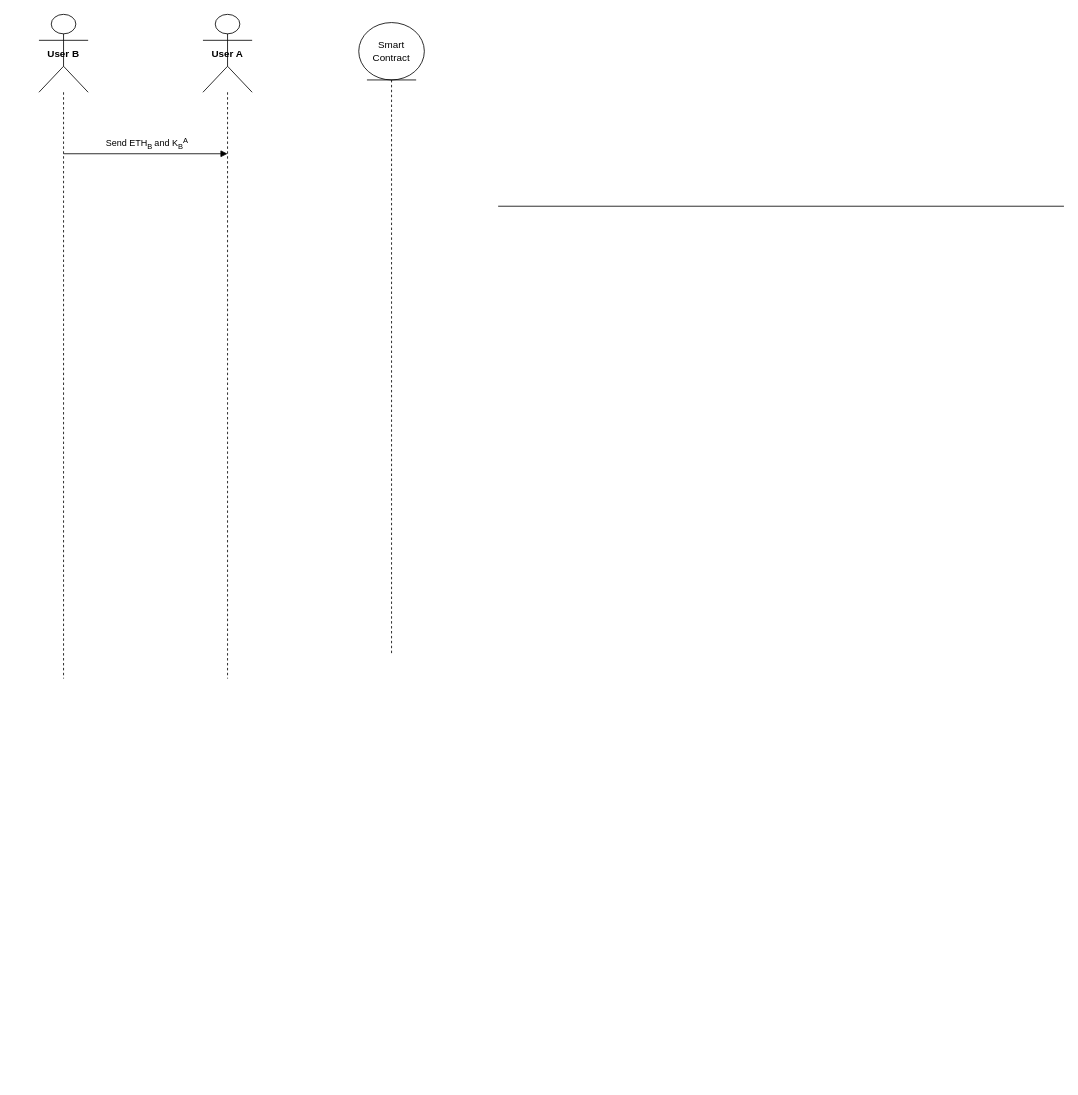
Before: SequenceDiagram/Diagramma senza titolo.drawio in savernike/DiagramsSet, a draw.io diagram. Source tidied: cells renumbered, new cells numbered last; positions are measured from the earlier drawing's top-left corner, leaving out a move shared by most shapes. Both pictures are drawn from the tidied source at 82%, with x=0, y=0 at pixel (39, 14).
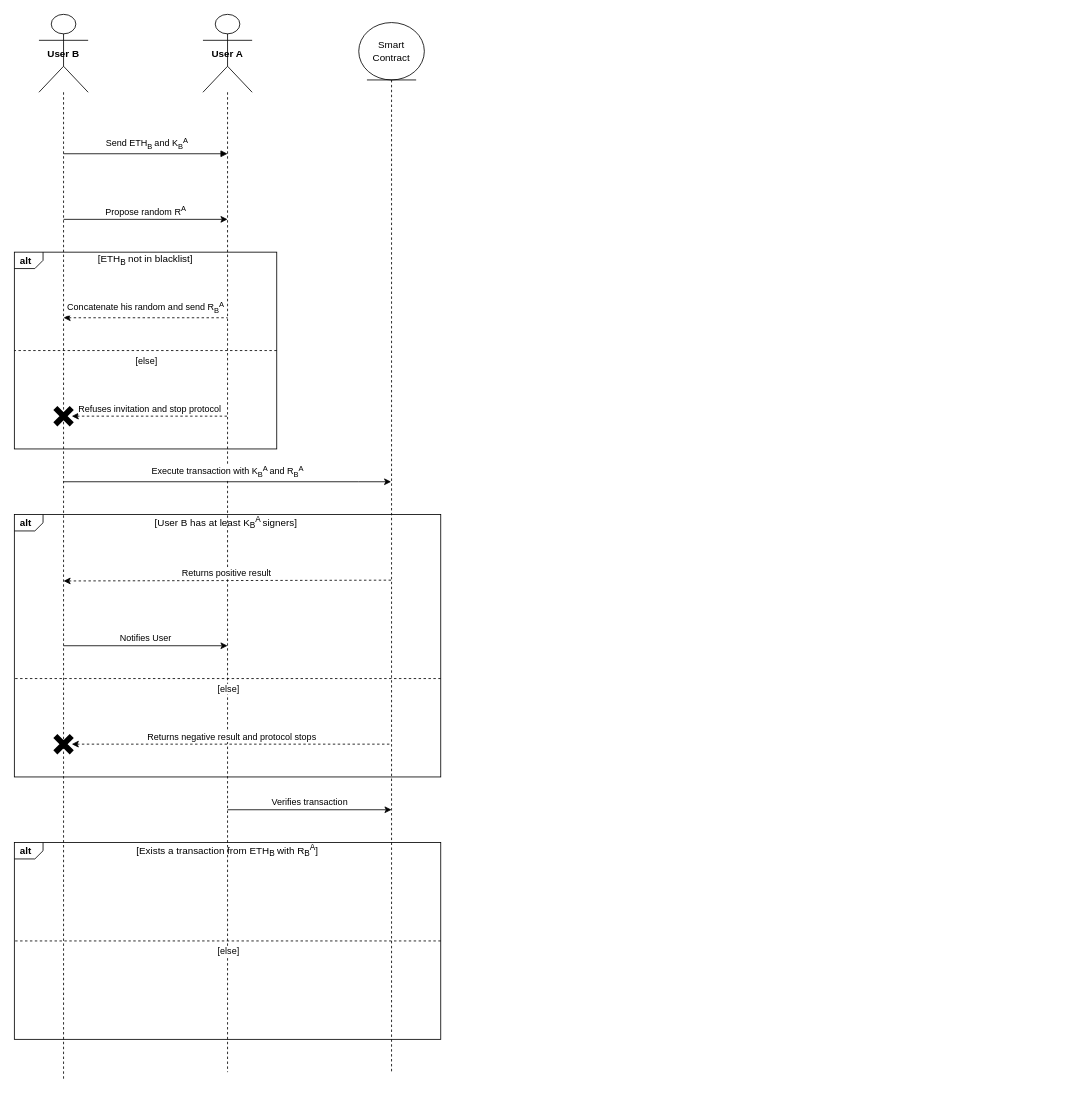
Above is the later version.

Commit message:
Aggiunta fase iniziale check trust

What changed in the source:
```diff
@@
     <mxCell id="2" value="&lt;b&gt;User B&lt;/b&gt;" style="shape=umlLifeline;perimeter=lifelinePerimeter;whiteSpace=wrap;html=1;newEdgeStyle={&quot;curved&quot;:0,&quot;rounded&quot;:0};participant=umlActor;size=95;" parent="1" vertex="1">
-      <mxGeometry width="60" height="810" as="geometry" />
+      <mxGeometry width="60" height="1300" as="geometry" />
     </mxCell>
     <mxCell id="3" value="&lt;b&gt;User A&lt;/b&gt;" style="shape=umlLifeline;perimeter=lifelinePerimeter;whiteSpace=wrap;html=1;newEdgeStyle={&quot;curved&quot;:0,&quot;rounded&quot;:0};participant=umlActor;size=95;" parent="1" vertex="1">
-      <mxGeometry x="200" width="60" height="810" as="geometry" />
+      <mxGeometry x="200" width="60" height="1290" as="geometry" />
     </mxCell>
     <mxCell id="4" value="Smart Contract" style="shape=umlLifeline;perimeter=lifelinePerimeter;whiteSpace=wrap;html=1;outlineConnect=0;portConstraint=eastwest;newEdgeStyle={&quot;curved&quot;:0,&quot;rounded&quot;:0};participant=umlEntity;size=70;" parent="1" vertex="1">
-      <mxGeometry x="390" y="10" width="80" height="770" as="geometry" />
+      <mxGeometry x="390" y="10" width="80" height="1280" as="geometry" />
     </mxCell>
+    <mxCell id="7" value="alt" style="html=1;shape=mxgraph.sysml.package;labelX=35;fontStyle=1;align=left;verticalAlign=top;spacingLeft=5;spacingTop=-3;fillColor=none;" parent="1" vertex="1">
+      <mxGeometry x="-30" y="290" width="320" height="240" as="geometry" />
+    </mxCell>
@@
-    <mxCell id="6" style="line;strokeWidth=1;fillColor=none;align=left;verticalAlign=middle;spacingTop=-1;spacingLeft=3;spacingRight=3;labelPosition=right;strokeColor=inherit;" parent="1" vertex="1">
-      <mxGeometry x="560" y="230" width="690" height="8" as="geometry" />
-    </mxCell>
+    <mxCell id="8" value="Propose random R&lt;sup&gt;A&lt;/sup&gt;" style="html=1;verticalAlign=bottom;endArrow=classic;curved=0;rounded=0;startArrow=none;startFill=0;endFill=1;" parent="1" edge="1">
+      <mxGeometry relative="1" as="geometry">
+        <mxPoint x="30" y="250" as="sourcePoint" />
+        <mxPoint x="230" y="250" as="targetPoint" />
+      </mxGeometry>
+    </mxCell>
+    <mxCell id="9" style="strokeColor=inherit;fillColor=inherit;gradientColor=inherit;endArrow=none;html=1;edgeStyle=none;dashed=1;rounded=0;entryX=0;entryY=0.5;entryDx=0;entryDy=0;entryPerimeter=0;exitX=1;exitY=0.5;exitDx=0;exitDy=0;exitPerimeter=0;" parent="1" edge="1" source="7" target="7">
+      <mxGeometry relative="1" as="geometry" />
+    </mxCell>
+    <mxCell id="10" value="[else]" style="edgeLabel;html=1;align=center;verticalAlign=top;" parent="9" vertex="1">
+      <mxGeometry relative="1" as="geometry" />
+    </mxCell>
+    <mxCell id="11" value="[ETH&lt;sub&gt;B &lt;/sub&gt;not in blacklist]" style="text;html=1;strokeColor=none;fillColor=none;align=center;verticalAlign=middle;whiteSpace=wrap;rounded=0;" parent="1" vertex="1">
+      <mxGeometry x="10" y="290" width="240" height="20" as="geometry" />
+    </mxCell>
+    <mxCell id="12" value="Refuses invitation and stop protocol" style="html=1;verticalAlign=bottom;endArrow=none;curved=0;rounded=0;startArrow=classic;startFill=1;endFill=0;dashed=1;" parent="1" edge="1">
+      <mxGeometry relative="1" as="geometry">
+        <mxPoint x="40" y="490" as="sourcePoint" />
+        <mxPoint x="230" y="490" as="targetPoint" />
+      </mxGeometry>
+    </mxCell>
+    <mxCell id="13" value="Concatenate his random and send R&lt;sub&gt;B&lt;/sub&gt;&lt;sup&gt;A&lt;/sup&gt;" style="html=1;verticalAlign=bottom;endArrow=none;curved=0;rounded=0;startArrow=classic;startFill=1;endFill=0;dashed=1;" parent="1" edge="1">
+      <mxGeometry relative="1" as="geometry">
+        <mxPoint x="30" y="370" as="sourcePoint" />
+        <mxPoint x="230" y="370" as="targetPoint" />
+      </mxGeometry>
+    </mxCell>
+    <mxCell id="14" value="alt" style="html=1;shape=mxgraph.sysml.package;labelX=35;fontStyle=1;align=left;verticalAlign=top;spacingLeft=5;spacingTop=-3;fillColor=none;" parent="1" vertex="1">
+      <mxGeometry x="-30" y="610" width="520" height="320" as="geometry" />
+    </mxCell>
+    <mxCell id="15" value="Execute transaction with K&lt;sub style=&quot;border-color: var(--border-color);&quot;&gt;B&lt;/sub&gt;&lt;sup style=&quot;border-color: var(--border-color);&quot;&gt;A &lt;/sup&gt;&lt;span style=&quot;border-color: var(--border-color);&quot;&gt;and&amp;nbsp;&lt;/span&gt;R&lt;sub style=&quot;border-color: var(--border-color);&quot;&gt;B&lt;/sub&gt;&lt;sup style=&quot;border-color: var(--border-color);&quot;&gt;A&lt;/sup&gt;" style="html=1;verticalAlign=bottom;endArrow=classic;curved=0;rounded=0;startArrow=none;startFill=0;endFill=1;" parent="1" edge="1" target="4">
+      <mxGeometry relative="1" as="geometry">
+        <mxPoint x="30" y="570" as="sourcePoint" />
+        <Array as="points">
+          <mxPoint x="390" y="570" />
+        </Array>
+      </mxGeometry>
+    </mxCell>
+    <mxCell id="16" style="strokeColor=inherit;fillColor=inherit;gradientColor=inherit;endArrow=none;html=1;edgeStyle=none;dashed=1;rounded=0;entryX=0;entryY=0.5;entryDx=0;entryDy=0;entryPerimeter=0;exitX=1;exitY=0.5;exitDx=0;exitDy=0;exitPerimeter=0;" parent="1" edge="1">
+      <mxGeometry relative="1" as="geometry">
+        <mxPoint x="490" y="810" as="sourcePoint" />
+        <mxPoint x="-30" y="810" as="targetPoint" />
+      </mxGeometry>
+    </mxCell>
+    <mxCell id="17" value="[else]" style="edgeLabel;html=1;align=center;verticalAlign=top;" parent="16" vertex="1">
+      <mxGeometry relative="1" as="geometry" />
+    </mxCell>
+    <mxCell id="18" value="[User B has at least K&lt;sub style=&quot;border-color: var(--border-color);&quot;&gt;B&lt;/sub&gt;&lt;sup style=&quot;border-color: var(--border-color);&quot;&gt;A &lt;/sup&gt;&lt;span style=&quot;border-color: var(--border-color);&quot;&gt;signers&lt;/span&gt;]&amp;nbsp;" style="text;html=1;strokeColor=none;fillColor=none;align=center;verticalAlign=middle;whiteSpace=wrap;rounded=0;" parent="1" vertex="1">
+      <mxGeometry x="10" y="610" width="440" height="20" as="geometry" />
+    </mxCell>
+    <mxCell id="19" value="Returns positive result&amp;nbsp;" style="html=1;verticalAlign=bottom;endArrow=none;curved=0;rounded=0;startArrow=classic;startFill=1;endFill=0;dashed=1;" parent="1" edge="1">
+      <mxGeometry relative="1" as="geometry">
+        <mxPoint x="30" y="691" as="sourcePoint" />
+        <mxPoint x="430" y="690" as="targetPoint" />
+      </mxGeometry>
+    </mxCell>
+    <mxCell id="20" value="Returns negative result and protocol stops" style="html=1;verticalAlign=bottom;endArrow=none;curved=0;rounded=0;startArrow=classic;startFill=1;endFill=0;dashed=1;" parent="1" edge="1">
+      <mxGeometry relative="1" as="geometry">
+        <mxPoint x="40" y="890" as="sourcePoint" />
+        <mxPoint x="430" y="890" as="targetPoint" />
+      </mxGeometry>
+    </mxCell>
+    <mxCell id="21" style="shape=mxgraph.sysml.x;strokeWidth=7;" parent="1" vertex="1">
+      <mxGeometry x="20" y="480" width="20" height="20" as="geometry" />
+    </mxCell>
+    <mxCell id="22" style="shape=mxgraph.sysml.x;strokeWidth=7;" parent="1" vertex="1">
+      <mxGeometry x="20" y="880" width="20" height="20" as="geometry" />
+    </mxCell>
+    <mxCell id="23" value="Verifies transaction" style="html=1;verticalAlign=bottom;endArrow=classic;curved=0;rounded=0;startArrow=none;startFill=0;endFill=1;" parent="1" edge="1">
+      <mxGeometry relative="1" as="geometry">
+        <mxPoint x="230" y="970" as="sourcePoint" />
+        <mxPoint x="430" y="970" as="targetPoint" />
+      </mxGeometry>
+    </mxCell>
+    <mxCell id="24" value="alt" style="html=1;shape=mxgraph.sysml.package;labelX=35;fontStyle=1;align=left;verticalAlign=top;spacingLeft=5;spacingTop=-3;fillColor=none;" parent="1" vertex="1">
+      <mxGeometry x="-30" y="1010" width="520" height="240" as="geometry" />
+    </mxCell>
+    <mxCell id="25" style="strokeColor=inherit;fillColor=inherit;gradientColor=inherit;endArrow=none;html=1;edgeStyle=none;dashed=1;rounded=0;entryX=0;entryY=0.5;entryDx=0;entryDy=0;entryPerimeter=0;exitX=1;exitY=0.5;exitDx=0;exitDy=0;exitPerimeter=0;" parent="1" edge="1" source="24" target="24">
+      <mxGeometry relative="1" as="geometry" />
+    </mxCell>
+    <mxCell id="26" value="[else]" style="edgeLabel;html=1;align=center;verticalAlign=top;" parent="25" vertex="1">
+      <mxGeometry relative="1" as="geometry" />
+    </mxCell>
+    <mxCell id="27" value="[Exists a transaction from ETH&lt;sub style=&quot;border-color: var(--border-color);&quot;&gt;B &lt;/sub&gt;&lt;span style=&quot;border-color: var(--border-color);&quot;&gt;with&amp;nbsp;R&lt;sub style=&quot;border-color: var(--border-color);&quot;&gt;B&lt;/sub&gt;&lt;sup style=&quot;border-color: var(--border-color);&quot;&gt;A&lt;/sup&gt;&lt;/span&gt;]" style="text;html=1;strokeColor=none;fillColor=none;align=center;verticalAlign=middle;whiteSpace=wrap;rounded=0;" parent="1" vertex="1">
+      <mxGeometry x="10" y="1010" width="440" height="20" as="geometry" />
+    </mxCell>
+    <mxCell id="28" value="Notifies User" style="html=1;verticalAlign=bottom;endArrow=classic;curved=0;rounded=0;startArrow=none;startFill=0;endFill=1;" parent="1" edge="1">
+      <mxGeometry relative="1" as="geometry">
+        <mxPoint x="30" y="770" as="sourcePoint" />
+        <mxPoint x="230" y="770" as="targetPoint" />
+      </mxGeometry>
+    </mxCell>
```
